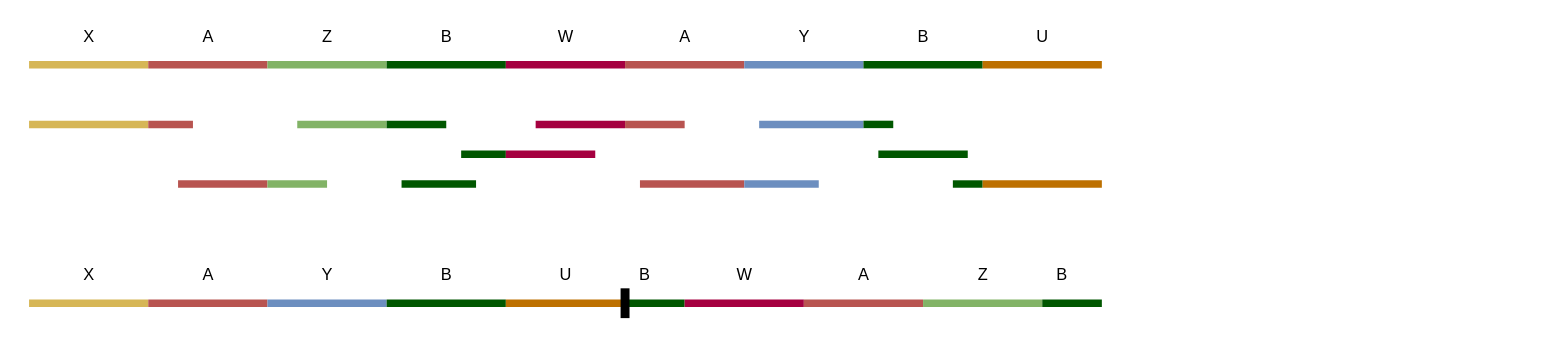
Earlier version of the draw.io diagram presentation/dotplot_tests/figure_ppt.drawio (LKress/ASA). Source tidied: cells renumbered, new cells numbered last; positions are measured from the earlier drawing's top-left corner, leaving out a move shared by most shapes. Both pictures are drawn from the tidied source at 149%, with x=0, y=0 at pixel (28, 64).
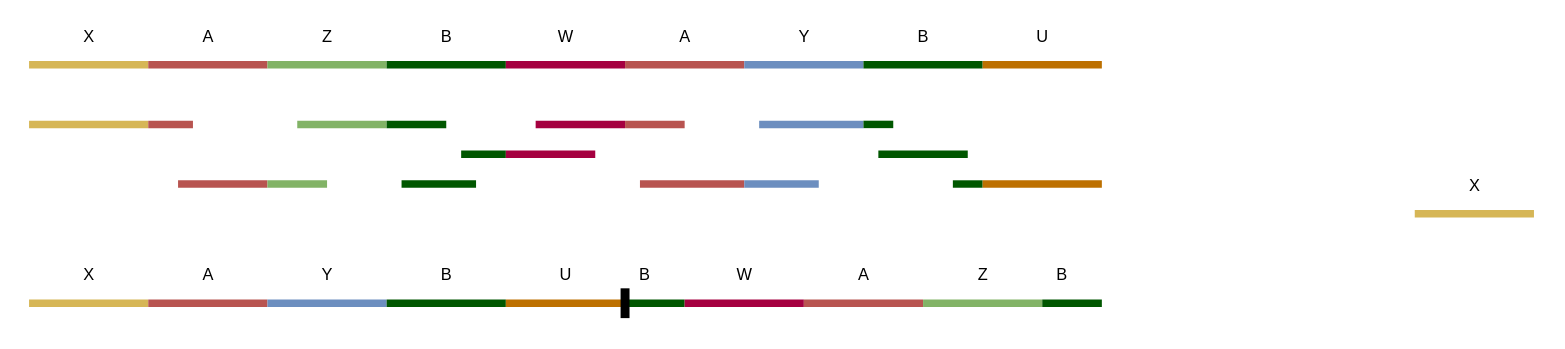
The same diagram, later.

What changed in the source:
```diff
@@
+    <mxCell id="59" style="endArrow=none;html=1;fillColor=#fff2cc;strokeColor=#d6b656;strokeWidth=5;" parent="1" edge="1">
+      <mxGeometry relative="1" as="geometry">
+        <mxPoint x="930" y="100" as="sourcePoint" />
+        <mxPoint x="1010" y="100" as="targetPoint" />
+      </mxGeometry>
+    </mxCell>
+    <mxCell id="60" value="X" style="edgeLabel;html=1;align=center;verticalAlign=middle;" parent="59" vertex="1">
+      <mxGeometry x="0.35" y="-2" relative="1" as="geometry">
+        <mxPoint x="-14.2" y="-22" as="offset" />
+      </mxGeometry>
+    </mxCell>
```
